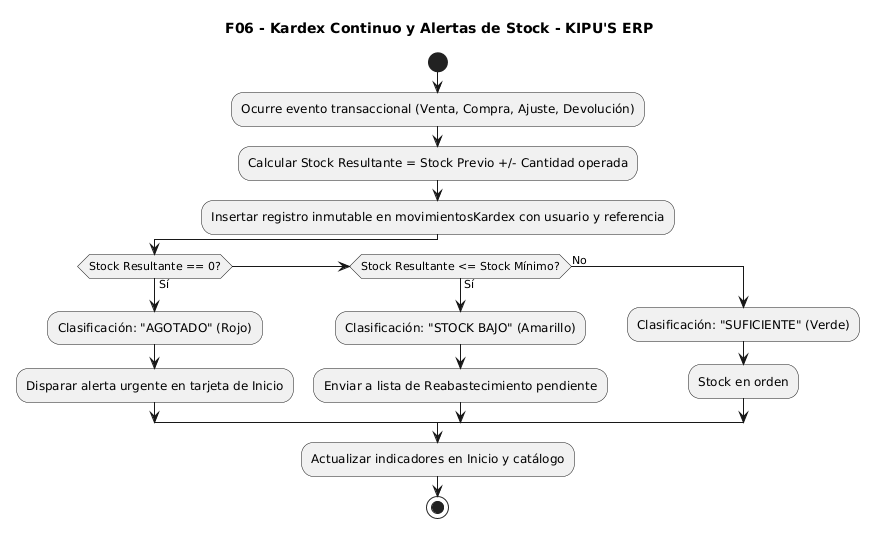
This is docs/UML-flujos/imagenes/06_kardex_alertas_stock.png from xmenil/ERP-KIPUS, a PlantUML export, as it was before one commit.
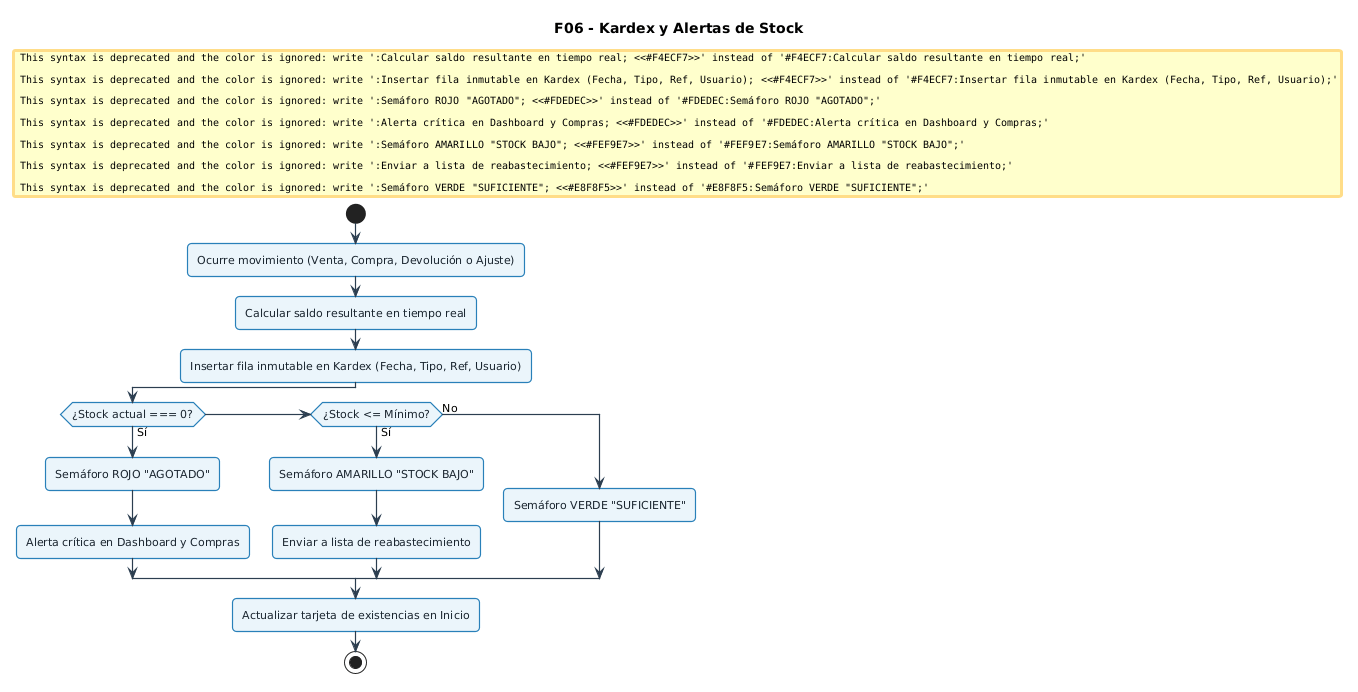
Above is the later version.

Diff of the diagram source:
```diff
@@ -1,25 +1,47 @@
 @startuml
-skinparam monochrome true
+skinparam defaultFontName "Segoe UI", Arial, sans-serif
+skinparam defaultFontSize 11
+skinparam roundCorner 8
 skinparam shadowing false
+skinparam ArrowColor #2C3E50
+skinparam ArrowThickness 1.2
 
-title F06 - Kardex Continuo y Alertas de Stock - KIPU'S ERP
+skinparam activity {
+  BackgroundColor #EBF5FB
+  BorderColor #2980B9
+  BorderThickness 1.2
+  FontColor #1A252F
+}
+skinparam decision {
+  BackgroundColor #FEF9E7
+  BorderColor #F39C12
+  BorderThickness 1.2
+  FontColor #7D6608
+}
+skinparam start {
+  Color #27AE60
+}
+skinparam stop {
+  Color #C0392B
+}
+
+title F06 - Kardex y Alertas de Stock
 
 start
-:Ocurre evento transaccional (Venta, Compra, Ajuste, Devolución);
-:Calcular Stock Resultante = Stock Previo +/- Cantidad operada;
-:Insertar registro inmutable en movimientosKardex con usuario y referencia;
+:Ocurre movimiento (Venta, Compra, Devolución o Ajuste);
+#F4ECF7:Calcular saldo resultante en tiempo real;
+#F4ECF7:Insertar fila inmutable en Kardex (Fecha, Tipo, Ref, Usuario);
 
-if (Stock Resultante == 0?) then (Sí)
-  :Clasificación: "AGOTADO" (Rojo);
-  :Disparar alerta urgente en tarjeta de Inicio;
-elseif (Stock Resultante <= Stock Mínimo?) then (Sí)
-  :Clasificación: "STOCK BAJO" (Amarillo);
-  :Enviar a lista de Reabastecimiento pendiente;
+if (¿Stock actual === 0?) then (Sí)
+  #FDEDEC:Semáforo ROJO "AGOTADO";
+  #FDEDEC:Alerta crítica en Dashboard y Compras;
+elseif (¿Stock <= Mínimo?) then (Sí)
+  #FEF9E7:Semáforo AMARILLO "STOCK BAJO";
+  #FEF9E7:Enviar a lista de reabastecimiento;
 else (No)
-  :Clasificación: "SUFICIENTE" (Verde);
-  :Stock en orden;
+  #E8F8F5:Semáforo VERDE "SUFICIENTE";
 endif
 
-:Actualizar indicadores en Inicio y catálogo;
+:Actualizar tarjeta de existencias en Inicio;
 stop
 @enduml
```
